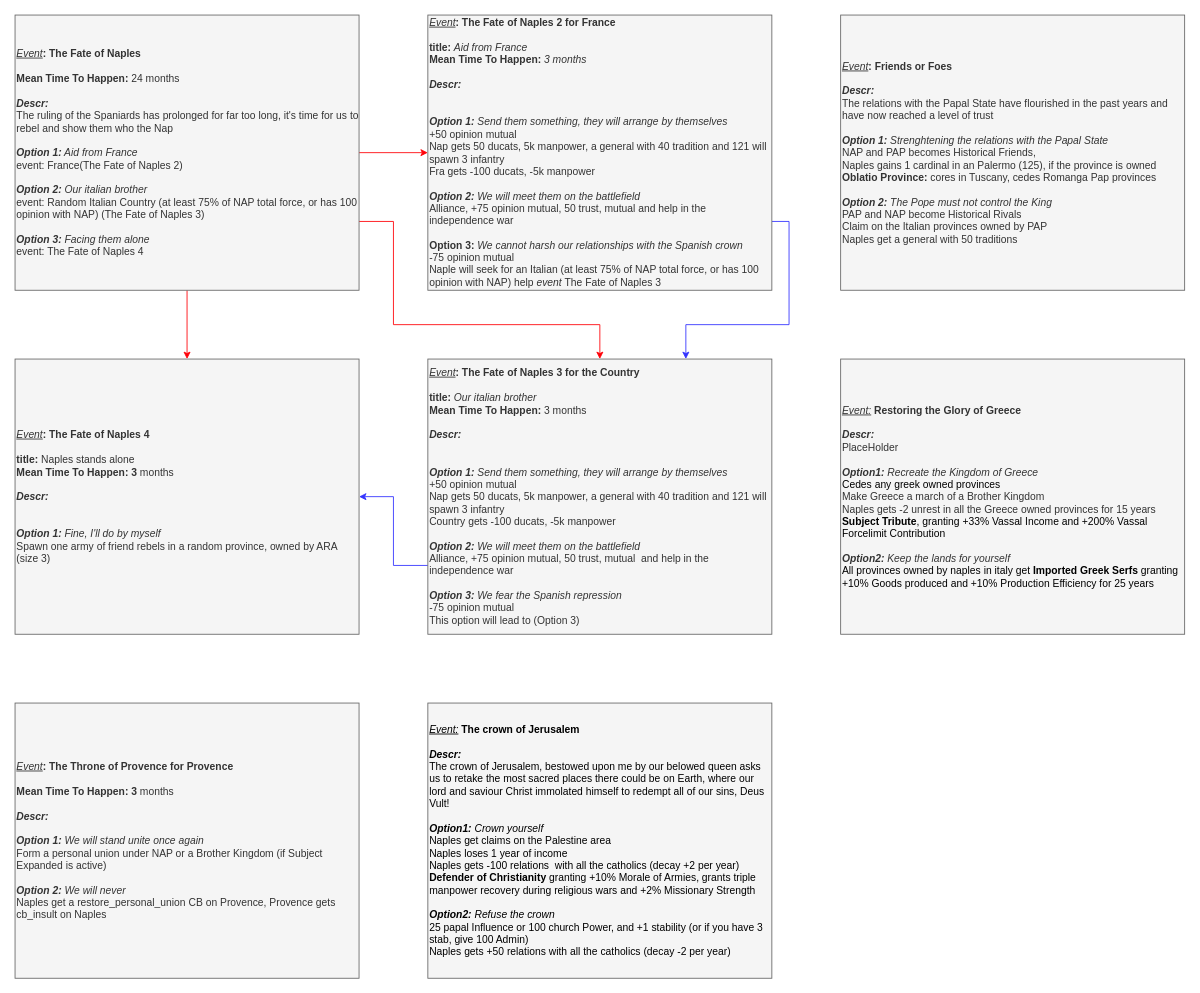
Melvasul/Missions-Expanded keeps this draw.io diagram as page "Events" (2 of 2) of Genoa/It's Pesto Time 0.1.drawio. Above is the earlier version. Source tidied: cells renumbered, new cells numbered last; positions are measured from the earlier drawing's top-left corner, leaving out a move shared by most shapes. Both pictures are drawn from the tidied source at 86%, with x=0, y=0 at pixel (15, 15).
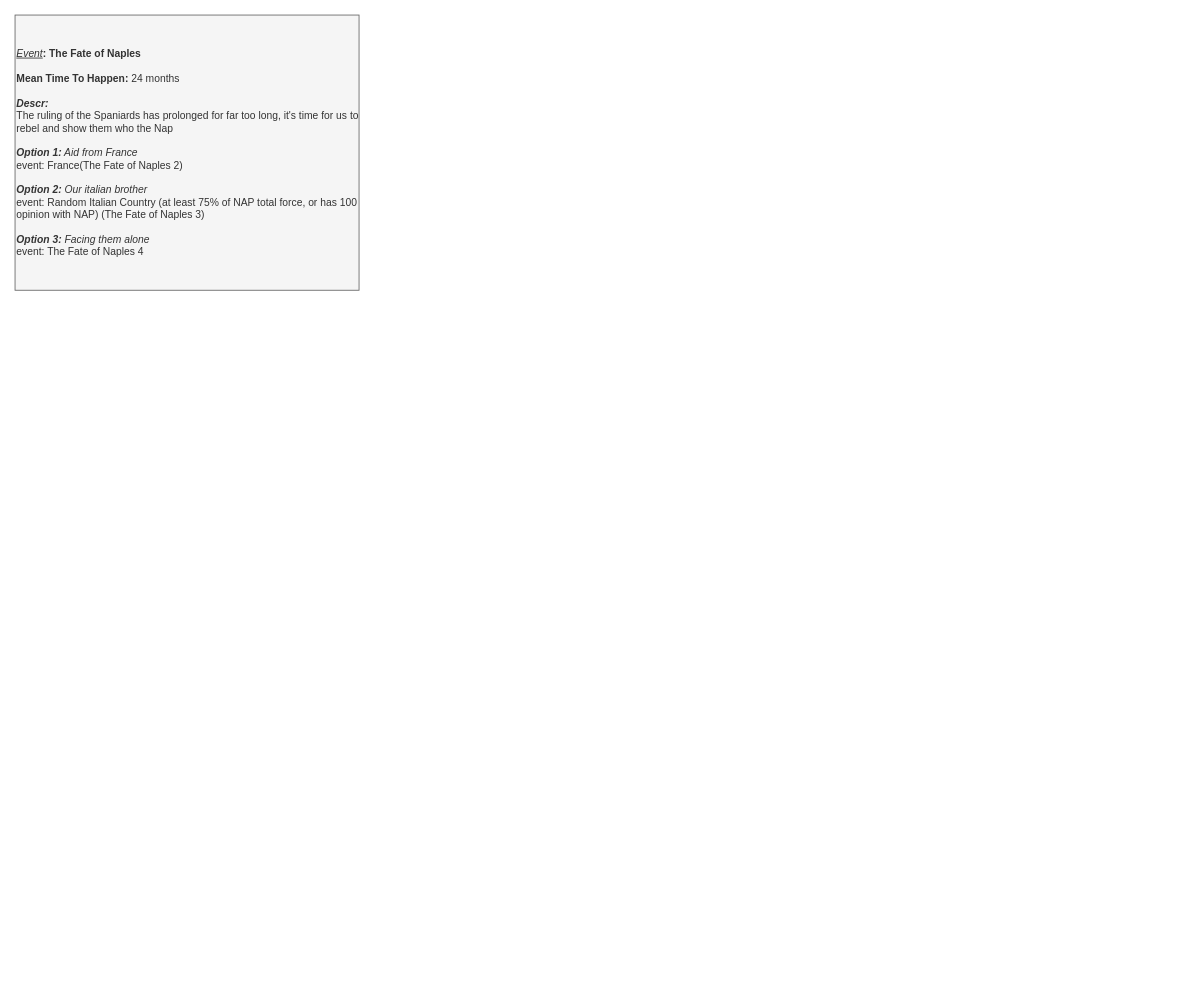
After the change.

What changed in the source:
```diff
@@
 <mxGraphModel>
   <root>
     <mxCell id="0" />
     <mxCell id="1" parent="0" />
-    <mxCell id="2" value="&lt;div style=&quot;font-size: 12px&quot;&gt;&lt;font color=&quot;#000000&quot;&gt;&lt;u style=&quot;font-style: italic&quot;&gt;Event:&lt;/u&gt;&amp;nbsp;&lt;b&gt;The crown of Jerusalem&lt;/b&gt;&lt;/font&gt;&lt;/div&gt;&lt;div style=&quot;font-size: 12px&quot;&gt;&lt;b&gt;&lt;font color=&quot;#000000&quot;&gt;&lt;br&gt;&lt;/font&gt;&lt;/b&gt;&lt;/div&gt;&lt;div style=&quot;font-size: 12px&quot;&gt;&lt;font style=&quot;font-size: 12px&quot; color=&quot;#000000&quot;&gt;&lt;div style=&quot;font-size: 12px&quot;&gt;&lt;b style=&quot;font-size: 12px&quot;&gt;&lt;i style=&quot;font-size: 12px&quot;&gt;Descr:&lt;/i&gt;&lt;/b&gt;&lt;/div&gt;&lt;div style=&quot;font-size: 12px&quot;&gt;The crown of Jerusalem, bestowed upon me by our belowed queen asks us to retake the most sacred places there could be on Earth, where our lord and saviour Christ immolated himself to redempt all of our sins, Deus Vult!&lt;/div&gt;&lt;div style=&quot;font-size: 12px&quot;&gt;&lt;br&gt;&lt;/div&gt;&lt;/font&gt;&lt;/div&gt;&lt;div style=&quot;font-size: 12px&quot;&gt;&lt;font style=&quot;font-size: 12px&quot; color=&quot;#000000&quot;&gt;&lt;span style=&quot;font-size: 12px&quot;&gt;&lt;i style=&quot;font-size: 12px&quot;&gt;&lt;b&gt;Option1:&lt;/b&gt; Crown yourself&lt;/i&gt;&lt;/span&gt;&lt;br style=&quot;font-size: 12px&quot;&gt;&lt;/font&gt;&lt;/div&gt;&lt;div style=&quot;font-size: 12px&quot;&gt;&lt;font color=&quot;#000000&quot;&gt;Naples get claims on the Palestine area&lt;/font&gt;&lt;/div&gt;&lt;div style=&quot;font-size: 12px&quot;&gt;&lt;font color=&quot;#000000&quot;&gt;Naples loses 1 year of income&lt;/font&gt;&lt;/div&gt;&lt;div&gt;&lt;font color=&quot;#000000&quot;&gt;Naples gets -100 relations&amp;nbsp;&amp;nbsp;with all the catholics (decay +2 per year)&lt;br&gt;&lt;b style=&quot;font-size: 12px&quot;&gt;Defender of Christianity&lt;/b&gt;&amp;nbsp;granting +10% Morale of Armies, grants triple manpower recovery during religious wars and +2% Missionary Strength&lt;/font&gt;&lt;/div&gt;&lt;div style=&quot;font-size: 12px&quot;&gt;&lt;font style=&quot;font-size: 12px&quot; color=&quot;#000000&quot;&gt;&lt;br style=&quot;font-size: 12px&quot;&gt;&lt;/font&gt;&lt;/div&gt;&lt;div style=&quot;font-size: 12px&quot;&gt;&lt;font style=&quot;font-size: 12px&quot; color=&quot;#000000&quot;&gt;&lt;span style=&quot;font-size: 12px&quot;&gt;&lt;i style=&quot;font-size: 12px&quot;&gt;&lt;b&gt;Option2:&lt;/b&gt;&amp;nbsp;Refuse the crown&lt;/i&gt;&lt;/span&gt;&lt;/font&gt;&lt;/div&gt;&lt;div style=&quot;font-size: 12px&quot;&gt;&lt;font color=&quot;#000000&quot;&gt;25 papal Influence or 100 church Power, and +1 stability (or if you have 3 stab, give 100 Admin)&lt;/font&gt;&lt;/div&gt;&lt;div style=&quot;font-size: 12px&quot;&gt;&lt;font color=&quot;#000000&quot;&gt;Naples gets +50 relations with all the catholics (decay -2 per year)&lt;/font&gt;&lt;/div&gt;" style="rounded=0;whiteSpace=wrap;html=1;align=left;fontSize=12;fillColor=#f5f5f5;strokeColor=#666666;fontColor=#333333;" parent="1" vertex="1">
-      <mxGeometry x="480" y="800" width="400" height="320" as="geometry" />
-    </mxCell>
-    <mxCell id="3" value="&lt;div style=&quot;font-size: 12px&quot;&gt;&lt;i&gt;&lt;u&gt;Event&lt;/u&gt;&lt;/i&gt;&lt;b&gt;: Friends or Foes&lt;/b&gt;&lt;/div&gt;&lt;div style=&quot;font-size: 12px&quot;&gt;&lt;b&gt;&lt;br&gt;&lt;/b&gt;&lt;/div&gt;&lt;div&gt;&lt;font&gt;&lt;div style=&quot;font-size: 12px&quot;&gt;&lt;b style=&quot;font-size: 12px&quot;&gt;&lt;i style=&quot;font-size: 12px&quot;&gt;Descr:&lt;/i&gt;&lt;/b&gt;&lt;/div&gt;&lt;div&gt;The relations with the Papal State have flourished in the past years and have now reached a level of trust&lt;/div&gt;&lt;/font&gt;&lt;/div&gt;&lt;div&gt;&lt;br&gt;&lt;/div&gt;&lt;div style=&quot;font-size: 12px&quot;&gt;&lt;/div&gt;&lt;font&gt;&lt;b style=&quot;font-size: 12px ; font-style: italic&quot;&gt;Option 1: &lt;/b&gt;&lt;span style=&quot;font-size: 12px ; font-style: italic&quot;&gt;Strenghtening the relations with the Papal State&lt;/span&gt;&lt;br&gt;&lt;font&gt;NAP and PAP becomes Historical Friends,&lt;br&gt;&lt;/font&gt;&lt;font&gt;Naples gains 1 cardinal in an Palermo (125), if the province is owned&lt;br&gt;&lt;/font&gt;&lt;b&gt;Oblatio Province:&amp;nbsp;&lt;/b&gt;&lt;font&gt;cores in Tuscany, cedes Romanga Pap provinces&lt;/font&gt;&lt;br&gt;&lt;br&gt;&lt;span style=&quot;font-size: 12px&quot;&gt;&lt;i&gt;&lt;b&gt;Option 2: &lt;/b&gt;The Pope must not control the King&lt;/i&gt;&lt;/span&gt;&lt;b&gt;&lt;br&gt;&lt;/b&gt;&lt;font&gt;PAP and NAP become Historical Rivals&lt;br&gt;&lt;/font&gt;Claim on the Italian provinces owned by PAP&lt;div&gt;Naples get a general with 50 traditions&lt;/div&gt;&lt;/font&gt;" style="rounded=0;whiteSpace=wrap;html=1;align=left;fontSize=12;fillColor=#f5f5f5;strokeColor=#666666;fontColor=#333333;" parent="1" vertex="1">
-      <mxGeometry x="960" width="400" height="320" as="geometry" />
-    </mxCell>
-    <mxCell id="4" style="edgeStyle=orthogonalEdgeStyle;rounded=0;jettySize=auto;html=1;strokeColor=#FF0008;" parent="1" edge="1" source="7" target="11">
-      <mxGeometry relative="1" as="geometry" />
-    </mxCell>
-    <mxCell id="5" style="edgeStyle=orthogonalEdgeStyle;rounded=0;jettySize=auto;html=1;strokeColor=#FF0008;" parent="1" edge="1" source="7" target="8">
-      <mxGeometry relative="1" as="geometry" />
-    </mxCell>
-    <mxCell id="6" style="edgeStyle=orthogonalEdgeStyle;rounded=0;jettySize=auto;html=1;exitX=1;exitY=0.75;exitDx=0;exitDy=0;strokeColor=#FF0008;" parent="1" edge="1" source="7" target="13">
-      <mxGeometry relative="1" as="geometry">
-        <Array as="points">
-          <mxPoint x="440" y="240" />
-          <mxPoint x="440" y="360" />
-          <mxPoint x="680" y="360" />
-        </Array>
-      </mxGeometry>
-    </mxCell>
     <mxCell id="7" value="&lt;div style=&quot;font-size: 12px&quot;&gt;&lt;i&gt;&lt;u&gt;Event&lt;/u&gt;&lt;/i&gt;&lt;b&gt;: The Fate of Naples&lt;/b&gt;&lt;/div&gt;&lt;div style=&quot;font-size: 12px&quot;&gt;&lt;b&gt;&lt;br&gt;&lt;/b&gt;&lt;/div&gt;&lt;div style=&quot;font-size: 12px&quot;&gt;&lt;b&gt;Mean Time To Happen: &lt;/b&gt;24 months&lt;/div&gt;&lt;div style=&quot;font-size: 12px&quot;&gt;&lt;b&gt;&lt;br&gt;&lt;/b&gt;&lt;/div&gt;&lt;div&gt;&lt;font&gt;&lt;div style=&quot;font-size: 12px&quot;&gt;&lt;b style=&quot;font-size: 12px&quot;&gt;&lt;i style=&quot;font-size: 12px&quot;&gt;Descr:&lt;/i&gt;&lt;/b&gt;&lt;/div&gt;&lt;div&gt;The ruling of the Spaniards has prolonged for far too long, it's time for us to rebel and show them who the Nap&lt;/div&gt;&lt;/font&gt;&lt;/div&gt;&lt;div&gt;&lt;br&gt;&lt;/div&gt;&lt;div style=&quot;font-size: 12px&quot;&gt;&lt;/div&gt;&lt;font&gt;&lt;b style=&quot;font-size: 12px ; font-style: italic&quot;&gt;Option 1:&lt;/b&gt;&lt;span style=&quot;font-size: 12px ; font-style: italic&quot;&gt; &lt;/span&gt;&lt;span style=&quot;font-size: 12px ; font-style: italic&quot;&gt;Aid from France&lt;/span&gt;&lt;br&gt;event: France(The Fate of Naples 2)&lt;br&gt;&lt;br&gt;&lt;span style=&quot;font-size: 12px&quot;&gt;&lt;i&gt;&lt;b&gt;Option 2:&lt;/b&gt; Our italian brother&lt;/i&gt;&lt;/span&gt;&lt;br&gt;&lt;div&gt;event: Random Italian Country (at least 75% of NAP total force, or has 100 opinion with NAP) (The Fate of Naples 3)&lt;br&gt;&lt;/div&gt;&lt;div&gt;&lt;br&gt;&lt;/div&gt;&lt;div&gt;&lt;i style=&quot;font-weight: bold&quot;&gt;Option 3: &lt;/i&gt;&lt;i&gt;Facing them alone&lt;/i&gt;&lt;/div&gt;&lt;div&gt;event: The Fate of Naples 4&lt;i&gt;&lt;br&gt;&lt;/i&gt;&lt;/div&gt;&lt;/font&gt;" style="rounded=0;whiteSpace=wrap;html=1;align=left;fontSize=12;fillColor=#f5f5f5;strokeColor=#666666;fontColor=#333333;" parent="1" vertex="1">
       <mxGeometry width="400" height="320" as="geometry" />
     </mxCell>
-    <mxCell id="8" value="&lt;div style=&quot;font-size: 12px&quot;&gt;&lt;i&gt;&lt;u&gt;Event&lt;/u&gt;&lt;/i&gt;&lt;b&gt;: The Fate of Naples 4&lt;/b&gt;&lt;/div&gt;&lt;div style=&quot;font-size: 12px&quot;&gt;&lt;b&gt;&lt;br&gt;&lt;/b&gt;&lt;/div&gt;&lt;div style=&quot;font-size: 12px&quot;&gt;&lt;b&gt;title: &lt;/b&gt;Naples stands alone&lt;/div&gt;&lt;div style=&quot;font-size: 12px&quot;&gt;&lt;b&gt;Mean Time To Happen: 3&amp;nbsp;&lt;/b&gt;months&lt;/div&gt;&lt;div style=&quot;font-size: 12px&quot;&gt;&lt;b&gt;&lt;br&gt;&lt;/b&gt;&lt;/div&gt;&lt;div&gt;&lt;font&gt;&lt;div style=&quot;font-size: 12px&quot;&gt;&lt;b style=&quot;font-size: 12px&quot;&gt;&lt;i style=&quot;font-size: 12px&quot;&gt;Descr:&lt;/i&gt;&lt;/b&gt;&lt;/div&gt;&lt;div&gt;&lt;br&gt;&lt;/div&gt;&lt;/font&gt;&lt;/div&gt;&lt;div&gt;&lt;br&gt;&lt;/div&gt;&lt;div style=&quot;font-size: 12px&quot;&gt;&lt;/div&gt;&lt;font&gt;&lt;b style=&quot;font-size: 12px ; font-style: italic&quot;&gt;Option 1:&lt;/b&gt;&lt;span style=&quot;font-size: 12px ; font-style: italic&quot;&gt;&amp;nbsp;&lt;/span&gt;&lt;i&gt;Fine, I'll do by myself&lt;/i&gt;&lt;br&gt;Spawn one army of friend rebels in a random province, owned by ARA (size 3)&lt;br&gt;&lt;/font&gt;" style="rounded=0;whiteSpace=wrap;html=1;align=left;fontSize=12;fillColor=#f5f5f5;strokeColor=#666666;fontColor=#333333;" parent="1" vertex="1">
-      <mxGeometry y="400" width="400" height="320" as="geometry" />
-    </mxCell>
-    <mxCell id="9" value="&lt;div style=&quot;font-size: 12px&quot;&gt;&lt;i&gt;&lt;u&gt;Event&lt;/u&gt;&lt;/i&gt;&lt;b&gt;: The Throne of Provence for Provence&lt;/b&gt;&lt;/div&gt;&lt;div style=&quot;font-size: 12px&quot;&gt;&lt;b&gt;&lt;br&gt;&lt;/b&gt;&lt;/div&gt;&lt;div style=&quot;font-size: 12px&quot;&gt;&lt;b&gt;Mean Time To Happen: 3&amp;nbsp;&lt;/b&gt;months&lt;/div&gt;&lt;div style=&quot;font-size: 12px&quot;&gt;&lt;b&gt;&lt;br&gt;&lt;/b&gt;&lt;/div&gt;&lt;div&gt;&lt;font&gt;&lt;div style=&quot;font-size: 12px&quot;&gt;&lt;b style=&quot;font-size: 12px&quot;&gt;&lt;i style=&quot;font-size: 12px&quot;&gt;Descr:&lt;/i&gt;&lt;/b&gt;&lt;/div&gt;&lt;div&gt;&lt;br&gt;&lt;/div&gt;&lt;/font&gt;&lt;/div&gt;&lt;div style=&quot;font-size: 12px&quot;&gt;&lt;/div&gt;&lt;font&gt;&lt;b style=&quot;font-size: 12px ; font-style: italic&quot;&gt;Option 1:&lt;/b&gt;&lt;span style=&quot;font-size: 12px ; font-style: italic&quot;&gt;&amp;nbsp;We will stand unite once again&lt;br&gt;&lt;/span&gt;Form a personal union under NAP or a Brother Kingdom (if Subject Expanded is active)&lt;br&gt;&lt;br&gt;&lt;span style=&quot;font-size: 12px&quot;&gt;&lt;i&gt;&lt;b&gt;Option 2:&lt;/b&gt; We will never&amp;nbsp;&lt;br&gt;&lt;/i&gt;&lt;/span&gt;Naples get a restore_personal_union CB on Provence, Provence gets cb_insult on Naples&lt;br&gt;&lt;/font&gt;" style="rounded=0;whiteSpace=wrap;html=1;align=left;fontSize=12;fillColor=#f5f5f5;strokeColor=#666666;fontColor=#333333;" parent="1" vertex="1">
-      <mxGeometry y="800" width="400" height="320" as="geometry" />
-    </mxCell>
-    <mxCell id="10" style="edgeStyle=orthogonalEdgeStyle;rounded=0;jettySize=auto;html=1;exitX=1;exitY=0.75;exitDx=0;exitDy=0;entryX=0.75;entryY=0;entryDx=0;entryDy=0;strokeColor=#3333FF;" parent="1" edge="1" source="11" target="13">
-      <mxGeometry relative="1" as="geometry" />
-    </mxCell>
-    <mxCell id="11" value="&lt;div style=&quot;font-size: 12px&quot;&gt;&lt;i&gt;&lt;u&gt;Event&lt;/u&gt;&lt;/i&gt;&lt;b&gt;: The Fate of Naples 2 for France&lt;/b&gt;&lt;/div&gt;&lt;div style=&quot;font-size: 12px&quot;&gt;&lt;b&gt;&lt;br&gt;&lt;/b&gt;&lt;/div&gt;&lt;div style=&quot;font-size: 12px&quot;&gt;&lt;b&gt;title: &lt;/b&gt;&lt;i&gt;Aid from France&lt;/i&gt;&lt;/div&gt;&lt;div style=&quot;font-size: 12px&quot;&gt;&lt;b&gt;Mean Time To Happen: &lt;/b&gt;&lt;i&gt;3 months&lt;/i&gt;&lt;/div&gt;&lt;div style=&quot;font-size: 12px&quot;&gt;&lt;b&gt;&lt;br&gt;&lt;/b&gt;&lt;/div&gt;&lt;div&gt;&lt;font&gt;&lt;div style=&quot;font-size: 12px&quot;&gt;&lt;b style=&quot;font-size: 12px&quot;&gt;&lt;i style=&quot;font-size: 12px&quot;&gt;Descr:&lt;/i&gt;&lt;/b&gt;&lt;/div&gt;&lt;div&gt;&lt;br&gt;&lt;/div&gt;&lt;/font&gt;&lt;/div&gt;&lt;div&gt;&lt;br&gt;&lt;/div&gt;&lt;div style=&quot;font-size: 12px&quot;&gt;&lt;/div&gt;&lt;font&gt;&lt;b style=&quot;font-size: 12px ; font-style: italic&quot;&gt;Option 1:&lt;/b&gt;&lt;span style=&quot;font-size: 12px ; font-style: italic&quot;&gt;&amp;nbsp;Send them something, they will arrange by themselves&lt;br&gt;&lt;/span&gt;+50 opinion mutual&lt;br&gt;Nap gets 50 ducats, 5k manpower, a general with 40 tradition and 121 will spawn 3 infantry&lt;br&gt;Fra gets -100 ducats, -5k manpower&lt;br&gt;&lt;br&gt;&lt;span style=&quot;font-size: 12px&quot;&gt;&lt;i&gt;&lt;b&gt;Option 2:&lt;/b&gt; We will meet them on the battlefield&lt;br&gt;&lt;/i&gt;&lt;/span&gt;Alliance, +75 opinion mutual, 50 trust, mutual and help in the independence war&lt;br&gt;&lt;b&gt;&lt;br&gt;Option 3:&lt;/b&gt;&amp;nbsp;&lt;i&gt;We cannot harsh our relationships with the Spanish crown&lt;br&gt;&lt;/i&gt;-75 opinion mutual&lt;br&gt;Naple will seek for an Italian (at least 75% of NAP total force, or has 100 opinion with NAP) help &lt;i&gt;event&lt;/i&gt;&amp;nbsp;The Fate of Naples 3&lt;br&gt;&lt;/font&gt;" style="rounded=0;whiteSpace=wrap;html=1;align=left;fontSize=12;fillColor=#f5f5f5;strokeColor=#666666;fontColor=#333333;" parent="1" vertex="1">
-      <mxGeometry x="480" width="400" height="320" as="geometry" />
-    </mxCell>
-    <mxCell id="12" style="edgeStyle=orthogonalEdgeStyle;rounded=0;jettySize=auto;html=1;exitX=0;exitY=0.75;exitDx=0;exitDy=0;entryX=1;entryY=0.5;entryDx=0;entryDy=0;strokeColor=#3333FF;" parent="1" edge="1" source="13" target="8">
-      <mxGeometry relative="1" as="geometry" />
-    </mxCell>
-    <mxCell id="13" value="&lt;div style=&quot;font-size: 12px&quot;&gt;&lt;i&gt;&lt;u&gt;Event&lt;/u&gt;&lt;/i&gt;&lt;b&gt;: The Fate of Naples 3 for the Country&lt;/b&gt;&lt;/div&gt;&lt;div style=&quot;font-size: 12px&quot;&gt;&lt;b&gt;&lt;br&gt;&lt;/b&gt;&lt;/div&gt;&lt;div&gt;&lt;b&gt;title:&amp;nbsp;&lt;/b&gt;&lt;i&gt;Our italian brother&lt;/i&gt;&lt;br&gt;&lt;/div&gt;&lt;div style=&quot;font-size: 12px&quot;&gt;&lt;b&gt;Mean Time To Happen: &lt;/b&gt;3 months&lt;/div&gt;&lt;div style=&quot;font-size: 12px&quot;&gt;&lt;b&gt;&lt;br&gt;&lt;/b&gt;&lt;/div&gt;&lt;div&gt;&lt;font&gt;&lt;div style=&quot;font-size: 12px&quot;&gt;&lt;b style=&quot;font-size: 12px&quot;&gt;&lt;i style=&quot;font-size: 12px&quot;&gt;Descr:&lt;/i&gt;&lt;/b&gt;&lt;/div&gt;&lt;div&gt;&lt;br&gt;&lt;/div&gt;&lt;div&gt;&lt;br&gt;&lt;/div&gt;&lt;/font&gt;&lt;/div&gt;&lt;div style=&quot;font-size: 12px&quot;&gt;&lt;/div&gt;&lt;b style=&quot;font-style: italic&quot;&gt;Option 1:&lt;/b&gt;&lt;span style=&quot;font-style: italic&quot;&gt;&amp;nbsp;Send them something, they will arrange by themselves&lt;br&gt;&lt;/span&gt;+50 opinion mutual&lt;br&gt;Nap gets 50 ducats, 5k manpower, a general with 40 tradition and 121 will spawn 3 infantry&lt;br&gt;Country gets -100 ducats, -5k manpower&lt;br&gt;&lt;br&gt;&lt;i&gt;&lt;b&gt;Option 2:&lt;/b&gt;&amp;nbsp;We will meet them on the battlefield&lt;br&gt;&lt;/i&gt;Alliance, +75 opinion mutual, 50 trust, mutual&amp;nbsp; and help in the independence war&lt;br&gt;&lt;br&gt;&lt;i&gt;&lt;b&gt;Option 3:&lt;/b&gt;&amp;nbsp;We fear the Spanish repression&lt;br&gt;&lt;/i&gt;-75 opinion mutual&lt;br&gt;This option will lead to (Option 3)" style="rounded=0;whiteSpace=wrap;html=1;align=left;fontSize=12;fillColor=#f5f5f5;strokeColor=#666666;fontColor=#333333;" parent="1" vertex="1">
-      <mxGeometry x="480" y="400" width="400" height="320" as="geometry" />
-    </mxCell>
-    <mxCell id="14" value="&lt;div style=&quot;font-size: 12px&quot;&gt;&lt;u style=&quot;font-style: italic&quot;&gt;Event:&lt;/u&gt;&amp;nbsp;&lt;b&gt;Restoring the Glory of Greece&lt;/b&gt;&lt;/div&gt;&lt;div style=&quot;font-size: 12px&quot;&gt;&lt;b&gt;&lt;br&gt;&lt;/b&gt;&lt;/div&gt;&lt;div style=&quot;font-size: 12px&quot;&gt;&lt;font style=&quot;font-size: 12px&quot;&gt;&lt;div style=&quot;font-size: 12px&quot;&gt;&lt;b style=&quot;font-size: 12px&quot;&gt;&lt;i style=&quot;font-size: 12px&quot;&gt;Descr:&lt;/i&gt;&lt;/b&gt;&lt;/div&gt;&lt;div style=&quot;font-size: 12px&quot;&gt;PlaceHolder&lt;/div&gt;&lt;div style=&quot;font-size: 12px&quot;&gt;&lt;br&gt;&lt;/div&gt;&lt;/font&gt;&lt;/div&gt;&lt;div style=&quot;font-size: 12px&quot;&gt;&lt;font style=&quot;font-size: 12px&quot;&gt;&lt;span style=&quot;font-size: 12px&quot;&gt;&lt;i style=&quot;font-size: 12px&quot;&gt;&lt;b&gt;Option1: &lt;/b&gt;Recreate the Kingdom of Greece&lt;/i&gt;&lt;/span&gt;&lt;br style=&quot;font-size: 12px&quot;&gt;&lt;/font&gt;&lt;/div&gt;&lt;div style=&quot;font-size: 12px&quot;&gt;&lt;font color=&quot;#000000&quot;&gt;Cedes any greek owned provinces&lt;/font&gt;&lt;/div&gt;&lt;div style=&quot;font-size: 12px&quot;&gt;Make Greece a march of a Brother Kingdom&lt;/div&gt;&lt;div style=&quot;font-size: 12px&quot;&gt;&lt;span&gt;Naples gets -2 unrest in all the Greece owned provinces for 15 years&lt;/span&gt;&lt;br&gt;&lt;/div&gt;&lt;div&gt;&lt;font color=&quot;#000000&quot;&gt;&lt;b&gt;Subject Tribute&lt;/b&gt;,&lt;/font&gt; &lt;font color=&quot;#000000&quot;&gt;granting +33% Vassal Income and +200% Vassal Forcelimit Contribution&lt;/font&gt;&lt;br&gt;&lt;/div&gt;&lt;div style=&quot;font-size: 12px&quot;&gt;&lt;br&gt;&lt;/div&gt;&lt;div style=&quot;font-size: 12px&quot;&gt;&lt;font style=&quot;font-size: 12px&quot;&gt;&lt;span style=&quot;font-size: 12px&quot;&gt;&lt;i style=&quot;font-size: 12px&quot;&gt;&lt;b&gt;Option2:&lt;/b&gt;&amp;nbsp;Keep the lands for yourself&lt;/i&gt;&lt;/span&gt;&lt;/font&gt;&lt;/div&gt;&lt;div style=&quot;font-size: 12px&quot;&gt;&lt;div&gt;&lt;font color=&quot;#000000&quot;&gt;All provinces owned by naples in italy get &lt;b&gt;Imported Greek Serfs&lt;/b&gt;&amp;nbsp;granting +10% Goods produced and +10% Production Efficiency for 25 years&lt;/font&gt;&lt;/div&gt;&lt;/div&gt;" style="rounded=0;whiteSpace=wrap;html=1;align=left;fontSize=12;fillColor=#f5f5f5;strokeColor=#666666;fontColor=#333333;" parent="1" vertex="1">
-      <mxGeometry x="960" y="400" width="400" height="320" as="geometry" />
-    </mxCell>
   </root>
 </mxGraphModel>
```
